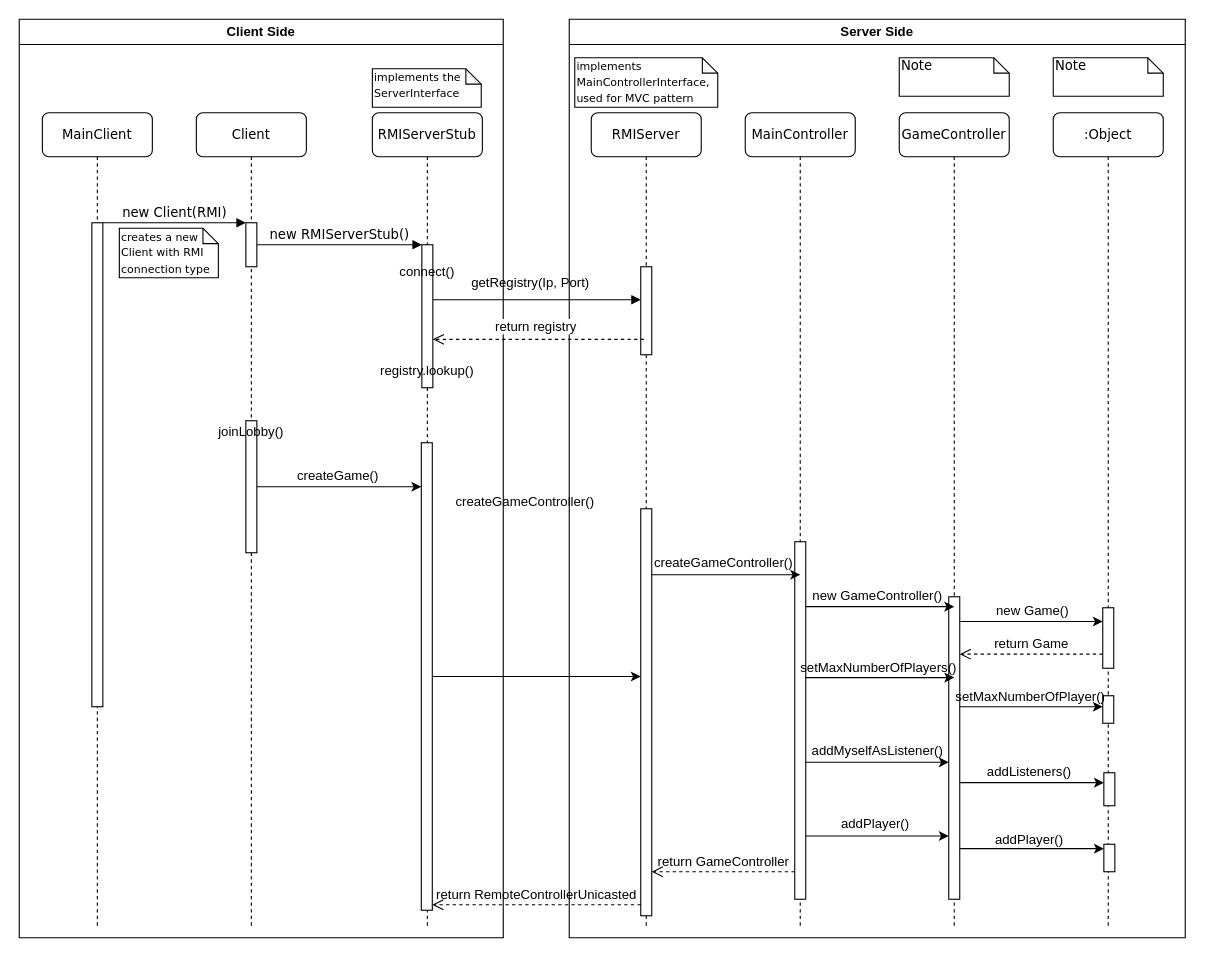
matteopasqual02/ing-sw-2024-rocca-pasqual-paone-tonni keeps this draw.io diagram as page "RMI" (1 of 2) of UML-Sequence Diagram.drawio. Above is the earlier version. Source tidied: cells renumbered, new cells numbered last; positions are measured from the earlier drawing's top-left corner, leaving out a move shared by most shapes. Both pictures are drawn from the tidied source at 110%, with x=0, y=0 at pixel (19, 19).
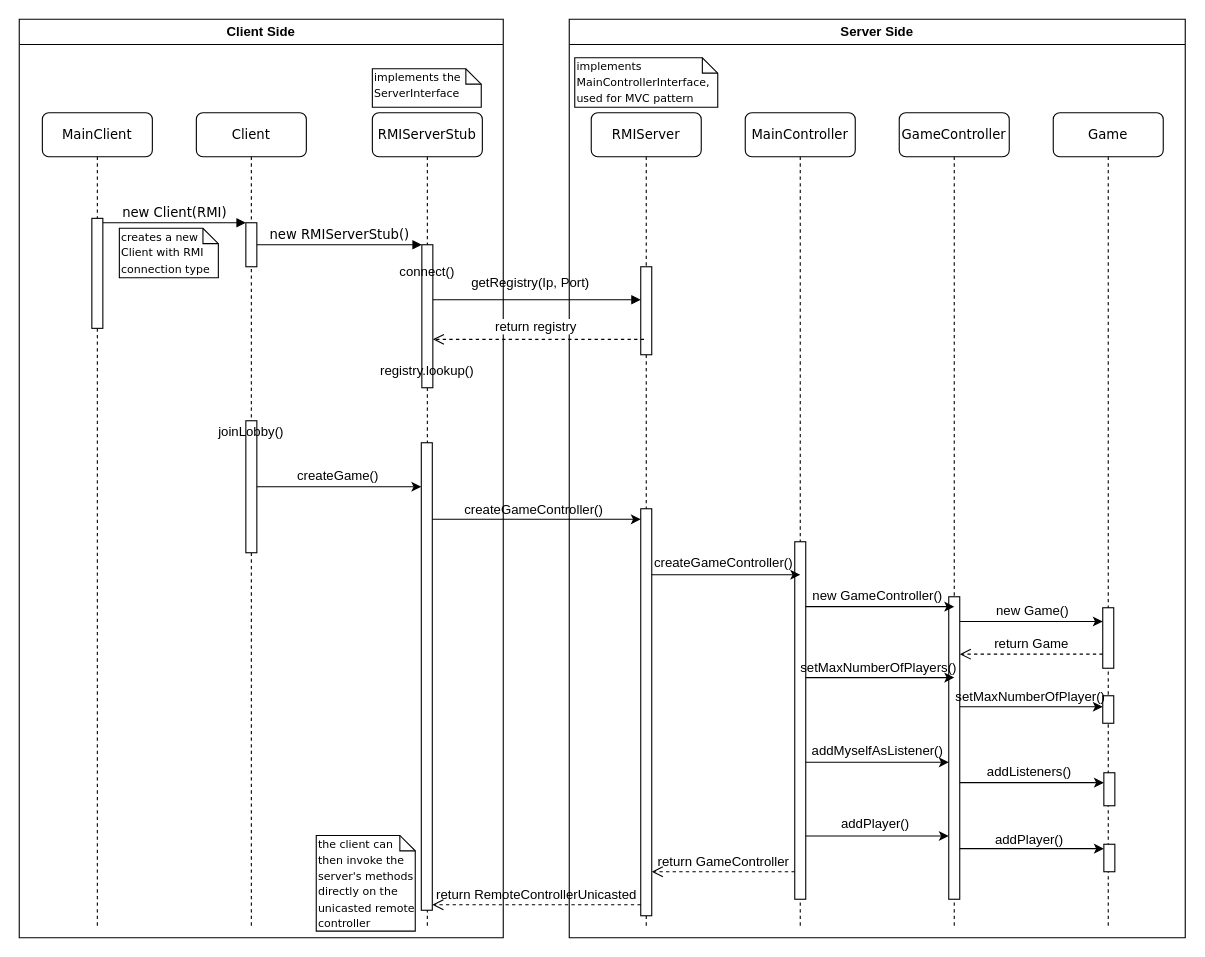
The same page after the edit.

The change refers to these unchanged cells:
```xml
<mxCell id="13" value="MainClient" style="shape=umlLifeline;perimeter=lifelinePerimeter;whiteSpace=wrap;html=1;rounded=1;shadow=0;comic=0;labelBackgroundColor=none;strokeWidth=1;fontFamily=Verdana;fontSize=12;align=center;" parent="1" vertex="1">
  <mxGeometry x="21" y="85" width="100" height="740" as="geometry" />
</mxCell>
<mxCell id="17" style="html=1;points=[];perimeter=orthogonalPerimeter;rounded=0;shadow=0;comic=0;labelBackgroundColor=none;strokeWidth=1;fontFamily=Verdana;fontSize=12;align=center;" parent="1" vertex="1">
  <mxGeometry x="565" y="445" width="10" height="370" as="geometry" />
</mxCell>
<mxCell id="23" value="Client Side" style="swimlane;whiteSpace=wrap;html=1;" parent="1" vertex="1">
  <mxGeometry width="440" height="835" as="geometry" />
</mxCell>
<mxCell id="26" style="html=1;points=[];perimeter=orthogonalPerimeter;rounded=0;shadow=0;comic=0;labelBackgroundColor=none;strokeWidth=1;fontFamily=Verdana;fontSize=12;align=center;" parent="23" vertex="1">
  <mxGeometry x="365.5" y="385" width="10" height="425" as="geometry" />
</mxCell>
```

Diff of the diagram source:
```diff
@@
-    <mxCell id="12" value=":Object" style="shape=umlLifeline;perimeter=lifelinePerimeter;whiteSpace=wrap;html=1;rounded=1;shadow=0;comic=0;labelBackgroundColor=none;strokeWidth=1;fontFamily=Verdana;fontSize=12;align=center;" parent="1" vertex="1">
+    <mxCell id="12" value="Game" style="shape=umlLifeline;perimeter=lifelinePerimeter;whiteSpace=wrap;html=1;rounded=1;shadow=0;comic=0;labelBackgroundColor=none;strokeWidth=1;fontFamily=Verdana;fontSize=12;align=center;" parent="1" vertex="1">
       <mxGeometry x="940" y="85" width="100" height="740" as="geometry" />
     </mxCell>
@@
     <mxCell id="14" style="html=1;points=[];perimeter=orthogonalPerimeter;rounded=0;shadow=0;comic=0;labelBackgroundColor=none;strokeWidth=1;fontFamily=Verdana;fontSize=12;align=center;" parent="13" vertex="1">
-      <mxGeometry x="45" y="100" width="10" height="440" as="geometry" />
+      <mxGeometry x="45" y="96" width="10" height="100" as="geometry" />
     </mxCell>
@@
-    <mxCell id="21" value="Note" style="shape=note;whiteSpace=wrap;html=1;size=14;verticalAlign=top;align=left;spacingTop=-6;rounded=0;shadow=0;comic=0;labelBackgroundColor=none;strokeWidth=1;fontFamily=Verdana;fontSize=12;" parent="1" vertex="1">
-      <mxGeometry x="800" y="35" width="100" height="35" as="geometry" />
-    </mxCell>
-    <mxCell id="22" value="Note" style="shape=note;whiteSpace=wrap;html=1;size=14;verticalAlign=top;align=left;spacingTop=-6;rounded=0;shadow=0;comic=0;labelBackgroundColor=none;strokeWidth=1;fontFamily=Verdana;fontSize=12;" parent="1" vertex="1">
-      <mxGeometry x="940" y="35" width="100" height="35" as="geometry" />
-    </mxCell>
@@
+    <mxCell id="63" value="&lt;span style=&quot;font-size: 10px;&quot;&gt;the client can then invoke the server's methods directly on the unicasted remote controller&lt;/span&gt;" style="shape=note;whiteSpace=wrap;html=1;size=14;verticalAlign=top;align=left;spacingTop=-6;rounded=0;shadow=0;comic=0;labelBackgroundColor=none;strokeWidth=1;fontFamily=Verdana;fontSize=12;" parent="23" vertex="1">
+      <mxGeometry x="270" y="742" width="90" height="87" as="geometry" />
+    </mxCell>
@@
-    <mxCell id="49" style="endArrow=classic;html=1;rounded=0;" parent="1" edge="1" source="26" target="17">
-      <mxGeometry relative="1" as="geometry" />
+    <mxCell id="49" style="endArrow=classic;html=1;rounded=0;" parent="1" edge="1">
+      <mxGeometry relative="1" as="geometry">
+        <mxPoint x="375.5" y="454.6" as="sourcePoint" />
+        <mxPoint x="565" y="454.6" as="targetPoint" />
+      </mxGeometry>
     </mxCell>
     <mxCell id="50" value="createGameController()" style="text;whiteSpace=wrap;" parent="1" vertex="1">
-      <mxGeometry x="395" y="425" width="150" height="40" as="geometry" />
+      <mxGeometry x="402.5" y="432" width="135" height="40" as="geometry" />
     </mxCell>
```
